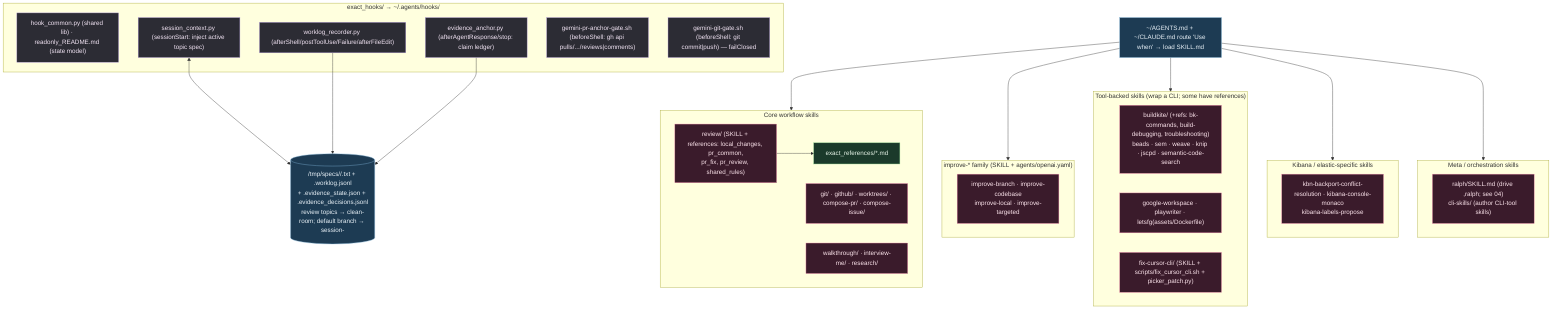
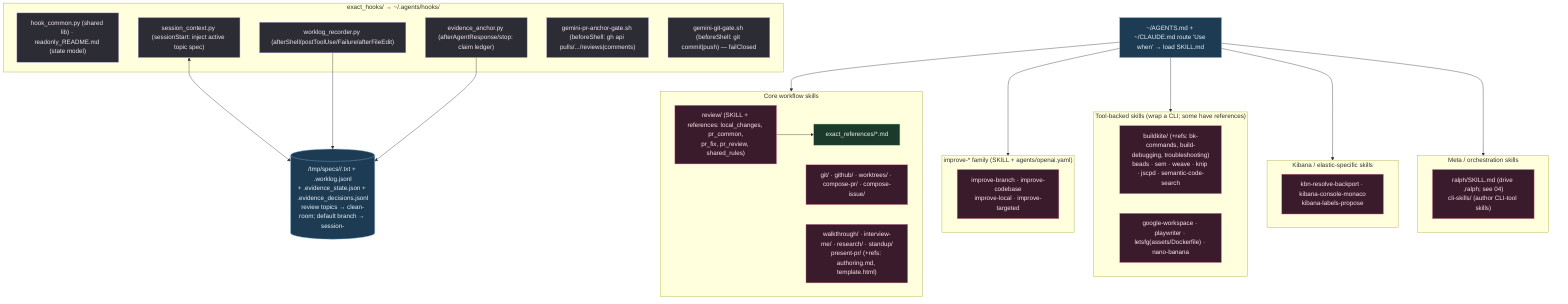
%% ============================================================================
- %% 03b-agent-skills-hooks.mmd — Every file under home/exact_dot_agents/ (53).
+ %% 03b-agent-skills-hooks.mmd — Every file under home/exact_dot_agents/ (54).
%% Skills → ~/.agents/skills/ (intent-routed SKILL.md). Hooks → ~/.agents/hooks/.
%% ============================================================================
flowchart TB
    classDef skill fill:#3a1b2b,stroke:#f48fb1,color:#fce4ec;
    classDef hook fill:#2c2c34,stroke:#b39ddb,color:#f3e5f5;
    classDef ref fill:#1b3a2b,stroke:#81c784,color:#e8f5e9;
    classDef data fill:#1d3b53,stroke:#7fb3d5,color:#eaf2f8;

    subgraph HOOKS["exact_hooks/ → ~/.agents/hooks/"]
        HC["hook_common.py (shared lib) · readonly_README.md (state model)"]:::hook
        SCx["session_context.py (sessionStart: inject active topic spec)"]:::hook
        WLx["worklog_recorder.py (afterShell/postToolUse/Failure/afterFileEdit)"]:::hook
        EVx["evidence_anchor.py (afterAgentResponse/stop: claim ledger)"]:::hook
        PRG["gemini-pr-anchor-gate.sh (beforeShell: gh api pulls/.../reviews|comments)"]:::hook
        GG["gemini-git-gate.sh (beforeShell: git commit|push) — failClosed"]:::hook
    end

    MEM[("/tmp/specs/<pwd>/<topic>.txt + .worklog.jsonl<br/>+ .evidence_state.json + .evidence_decisions.jsonl<br/>review topics → clean-room; default branch → session-<id>")]:::data
    SCx <--> MEM
    WLx --> MEM
    EVx --> MEM

    subgraph CORE["Core workflow skills"]
        S1["review/ (SKILL + references: local_changes, pr_common,<br/>pr_fix, pr_review, shared_rules)"]:::skill
        S2["git/ · github/ · worktrees/ · compose-pr/ · compose-issue/"]:::skill
-         S3["walkthrough/ · interview-me/ · research/"]:::skill
+         S3["walkthrough/ · interview-me/ · research/ · standup/<br/>present-pr/ (+refs: authoring.md, template.html)"]:::skill
        S1 --> R1["exact_references/*.md"]:::ref
    end

    subgraph IMPROVE["improve-* family (SKILL + agents/openai.yaml)"]
        S4["improve-branch · improve-codebase<br/>improve-local · improve-targeted"]:::skill
    end

    subgraph TOOLS["Tool-backed skills (wrap a CLI; some have references)"]
        S5["buildkite/ (+refs: bk-commands, build-debugging, troubleshooting)<br/>beads · sem · weave · knip · jscpd · semantic-code-search"]:::skill
-         S6["google-workspace · playwriter · letsfg(assets/Dockerfile)"]:::skill
-         S7["fix-cursor-cli/ (SKILL + scripts/fix_cursor_cli.sh + picker_patch.py)"]:::skill
+         S6["google-workspace · playwriter · letsfg(assets/Dockerfile) · nano-banana"]:::skill
    end

    subgraph KBN["Kibana / elastic-specific skills"]
-         S8["kbn-backport-conflict-resolution · kibana-console-monaco<br/>kibana-labels-propose"]:::skill
+         S8["kbn-resolve-backport · kibana-console-monaco<br/>kibana-labels-propose"]:::skill
    end

    subgraph META["Meta / orchestration skills"]
        S9["ralph/SKILL.md (drive ,ralph; see 04)<br/>cli-skills/ (author CLI-tool skills)"]:::skill
    end

    SOPS["~/AGENTS.md + ~/CLAUDE.md route 'Use when' → load SKILL.md"]:::data
    SOPS --> CORE & IMPROVE & TOOLS & KBN & META
